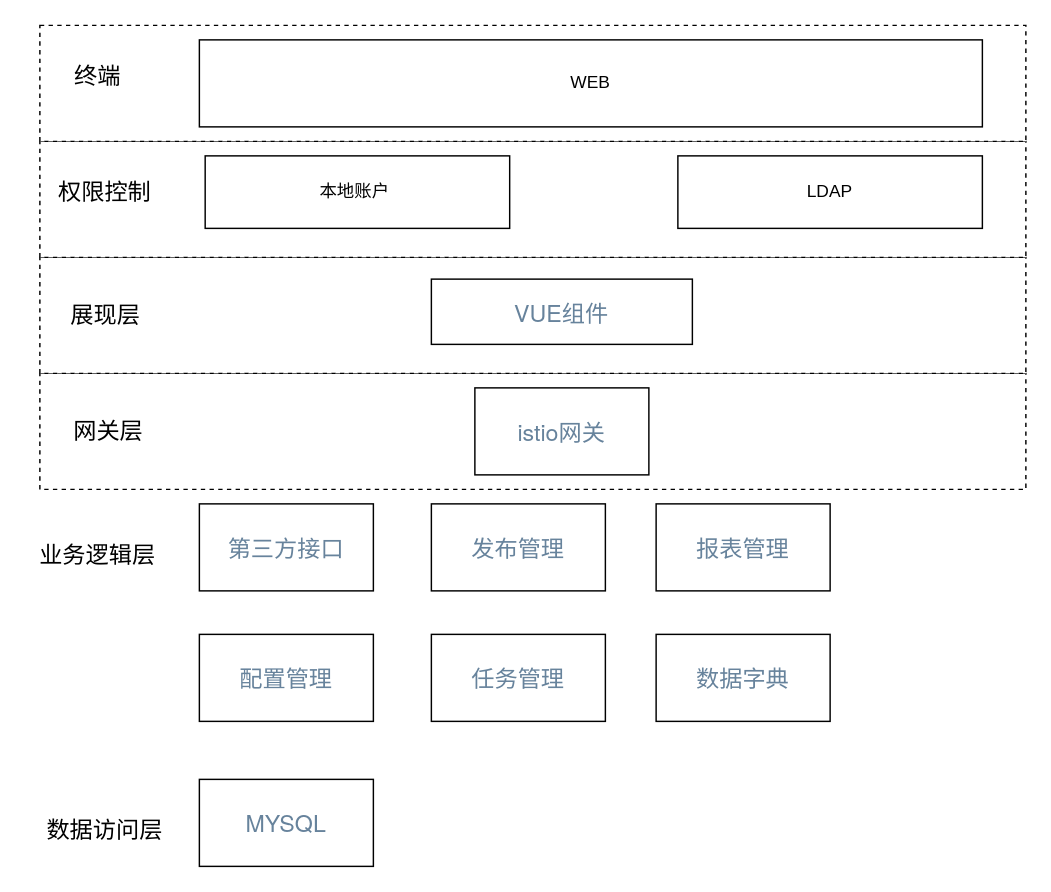
The draw.io diagram 统一监控.drawio in tengxiao/zabbix-report, before the edit. Source tidied: cells renumbered, new cells numbered last; positions are measured from the earlier drawing's top-left corner, leaving out a move shared by most shapes. Both pictures are drawn from the tidied source at 145%, with x=0, y=0 at pixel (25, 25).
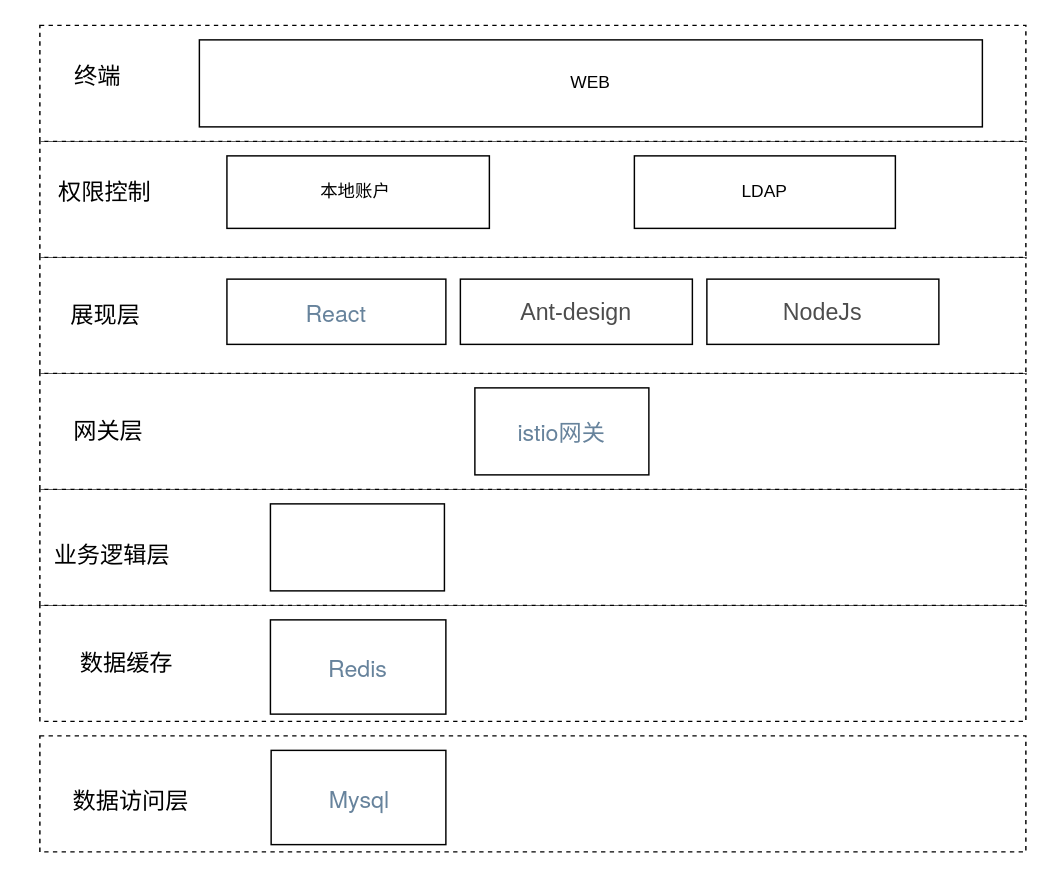
After the change.

Commit message (it also covers changes not shown here):
更新统一监控.drawio

Diff of the diagram source:
```diff
@@
+    <mxCell id="24" style="rounded=0;whiteSpace=wrap;html=1;dashed=1;" parent="1" vertex="1">
+      <mxGeometry x="10" y="400" width="680" height="80" as="geometry" />
+    </mxCell>
+    <mxCell id="25" style="rounded=0;whiteSpace=wrap;html=1;dashed=1;" parent="1" vertex="1">
+      <mxGeometry x="10" y="490" width="680" height="80" as="geometry" />
+    </mxCell>
+    <mxCell id="26" style="rounded=0;whiteSpace=wrap;html=1;dashed=1;" parent="1" vertex="1">
+      <mxGeometry x="10" y="320" width="680" height="80" as="geometry" />
+    </mxCell>
@@
-    <mxCell id="7" value="&lt;span style=&quot;color: rgb(103 , 131 , 156) ; font-family: &amp;#34;helvetica neue&amp;#34; , &amp;#34;helvetica&amp;#34; , &amp;#34;arial&amp;#34; , sans-serif ; font-size: 16px ; background-color: rgb(255 , 255 , 255)&quot;&gt;VUE组件&lt;/span&gt;" style="rounded=0;whiteSpace=wrap;html=1;" parent="1" vertex="1">
-      <mxGeometry x="280" y="175" width="180" height="45" as="geometry" />
+    <mxCell id="7" value="&lt;font color=&quot;#67839c&quot; face=&quot;helvetica neue, helvetica, arial, sans-serif&quot;&gt;&lt;span style=&quot;font-size: 16px&quot;&gt;React&lt;/span&gt;&lt;/font&gt;" style="rounded=0;whiteSpace=wrap;html=1;" parent="1" vertex="1">
+      <mxGeometry x="139" y="175" width="151" height="45" as="geometry" />
     </mxCell>
@@
     <mxCell id="10" value="本地账户&lt;span style=&quot;white-space: pre&quot;&gt; &lt;/span&gt;" style="rounded=0;whiteSpace=wrap;html=1;" parent="1" vertex="1">
-      <mxGeometry x="124" y="90" width="210" height="50" as="geometry" />
+      <mxGeometry x="139" y="90" width="181" height="50" as="geometry" />
     </mxCell>
     <mxCell id="11" value="LDAP" style="rounded=0;whiteSpace=wrap;html=1;" parent="1" vertex="1">
-      <mxGeometry x="450" y="90" width="210" height="50" as="geometry" />
+      <mxGeometry x="420" y="90" width="180" height="50" as="geometry" />
     </mxCell>
@@
     <mxCell id="13" value="&lt;font style=&quot;font-size: 16px&quot;&gt;业务逻辑层&lt;/font&gt;" style="text;html=1;strokeColor=none;fillColor=none;align=center;verticalAlign=middle;whiteSpace=wrap;rounded=0;" parent="1" vertex="1">
-      <mxGeometry y="340" width="100" height="50" as="geometry" />
+      <mxGeometry x="10" y="340" width="100" height="50" as="geometry" />
     </mxCell>
-    <mxCell id="14" value="&lt;span style=&quot;color: rgb(103 , 131 , 156) ; font-family: &amp;#34;helvetica neue&amp;#34; , &amp;#34;helvetica&amp;#34; , &amp;#34;arial&amp;#34; , sans-serif ; font-size: 16px ; background-color: rgb(255 , 255 , 255)&quot;&gt;第三方接口&lt;/span&gt;" style="rounded=0;whiteSpace=wrap;html=1;" parent="1" vertex="1">
-      <mxGeometry x="120" y="330" width="120" height="60" as="geometry" />
+    <mxCell id="14" style="rounded=0;whiteSpace=wrap;html=1;" parent="1" vertex="1">
+      <mxGeometry x="169" y="330" width="120" height="60" as="geometry" />
     </mxCell>
@@
-    <mxCell id="16" value="&lt;span style=&quot;color: rgb(103 , 131 , 156) ; font-family: &amp;#34;helvetica neue&amp;#34; , &amp;#34;helvetica&amp;#34; , &amp;#34;arial&amp;#34; , sans-serif ; font-size: 16px ; background-color: rgb(255 , 255 , 255)&quot;&gt;发布管理&lt;/span&gt;" style="rounded=0;whiteSpace=wrap;html=1;" parent="1" vertex="1">
-      <mxGeometry x="280" y="330" width="120" height="60" as="geometry" />
-    </mxCell>
-    <mxCell id="17" value="&lt;span style=&quot;color: rgb(103 , 131 , 156) ; font-family: &amp;#34;helvetica neue&amp;#34; , &amp;#34;helvetica&amp;#34; , &amp;#34;arial&amp;#34; , sans-serif ; font-size: 16px ; background-color: rgb(255 , 255 , 255)&quot;&gt;报表管理&lt;/span&gt;" style="rounded=0;whiteSpace=wrap;html=1;" parent="1" vertex="1">
-      <mxGeometry x="435" y="330" width="120" height="60" as="geometry" />
-    </mxCell>
-    <mxCell id="18" value="&lt;font color=&quot;#67839c&quot; face=&quot;helvetica neue, helvetica, arial, sans-serif&quot;&gt;&lt;span style=&quot;font-size: 16px ; background-color: rgb(255 , 255 , 255)&quot;&gt;任务管理&lt;/span&gt;&lt;/font&gt;" style="rounded=0;whiteSpace=wrap;html=1;" parent="1" vertex="1">
-      <mxGeometry x="280" y="420" width="120" height="60" as="geometry" />
-    </mxCell>
-    <mxCell id="19" value="&lt;font color=&quot;#67839c&quot; face=&quot;helvetica neue, helvetica, arial, sans-serif&quot;&gt;&lt;span style=&quot;font-size: 16px ; background-color: rgb(255 , 255 , 255)&quot;&gt;配置管理&lt;/span&gt;&lt;/font&gt;" style="rounded=0;whiteSpace=wrap;html=1;" parent="1" vertex="1">
-      <mxGeometry x="120" y="420" width="120" height="60" as="geometry" />
-    </mxCell>
     <mxCell id="20" value="&lt;font style=&quot;font-size: 16px&quot;&gt;数据访问层&lt;/font&gt;" style="text;html=1;strokeColor=none;fillColor=none;align=center;verticalAlign=middle;whiteSpace=wrap;rounded=0;" parent="1" vertex="1">
-      <mxGeometry x="5" y="530" width="100" height="50" as="geometry" />
+      <mxGeometry x="22.5" y="510" width="100" height="50" as="geometry" />
     </mxCell>
-    <mxCell id="21" value="&lt;font color=&quot;#67839c&quot; face=&quot;helvetica neue, helvetica, arial, sans-serif&quot;&gt;&lt;span style=&quot;font-size: 16px ; background-color: rgb(255 , 255 , 255)&quot;&gt;MYSQL&lt;/span&gt;&lt;/font&gt;" style="rounded=0;whiteSpace=wrap;html=1;" parent="1" vertex="1">
-      <mxGeometry x="120" y="520" width="120" height="60" as="geometry" />
+    <mxCell id="21" value="&lt;font color=&quot;#67839c&quot; face=&quot;helvetica neue, helvetica, arial, sans-serif&quot;&gt;&lt;span style=&quot;font-size: 16px ; background-color: rgb(255 , 255 , 255)&quot;&gt;Mysql&lt;/span&gt;&lt;/font&gt;" style="rounded=0;whiteSpace=wrap;html=1;" parent="1" vertex="1">
+      <mxGeometry x="169.5" y="500" width="120.5" height="65" as="geometry" />
     </mxCell>
-    <mxCell id="22" value="&lt;font color=&quot;#67839c&quot; face=&quot;helvetica neue, helvetica, arial, sans-serif&quot;&gt;&lt;span style=&quot;font-size: 16px ; background-color: rgb(255 , 255 , 255)&quot;&gt;数据字典&lt;br&gt;&lt;/span&gt;&lt;/font&gt;" style="rounded=0;whiteSpace=wrap;html=1;" parent="1" vertex="1">
-      <mxGeometry x="435" y="420" width="120" height="60" as="geometry" />
-    </mxCell>
@@
+    <mxCell id="27" value="&lt;span style=&quot;color: rgb(77 , 77 , 77) ; font-family: , &amp;#34;sf ui text&amp;#34; , &amp;#34;arial&amp;#34; , &amp;#34;pingfang sc&amp;#34; , &amp;#34;hiragino sans gb&amp;#34; , &amp;#34;microsoft yahei&amp;#34; , &amp;#34;wenquanyi micro hei&amp;#34; , sans-serif , &amp;#34;simhei&amp;#34; , &amp;#34;simsun&amp;#34; ; font-size: 16px ; background-color: rgb(255 , 255 , 255)&quot;&gt;Ant-design&lt;/span&gt;" style="rounded=0;whiteSpace=wrap;html=1;" parent="1" vertex="1">
+      <mxGeometry x="300" y="175" width="160" height="45" as="geometry" />
+    </mxCell>
+    <mxCell id="28" value="&lt;font color=&quot;#67839c&quot; face=&quot;helvetica neue, helvetica, arial, sans-serif&quot;&gt;&lt;span style=&quot;font-size: 16px ; background-color: rgb(255 , 255 , 255)&quot;&gt;Redis&lt;/span&gt;&lt;/font&gt;" style="rounded=0;whiteSpace=wrap;html=1;" parent="1" vertex="1">
+      <mxGeometry x="169" y="410" width="121" height="65" as="geometry" />
+    </mxCell>
+    <mxCell id="29" value="&lt;span style=&quot;font-size: 16px&quot;&gt;数据缓存&lt;/span&gt;" style="text;html=1;strokeColor=none;fillColor=none;align=center;verticalAlign=middle;whiteSpace=wrap;rounded=0;" parent="1" vertex="1">
+      <mxGeometry x="20" y="415" width="100" height="50" as="geometry" />
+    </mxCell>
+    <mxCell id="30" value="&lt;font color=&quot;#4d4d4d&quot;&gt;&lt;span style=&quot;font-size: 16px ; background-color: rgb(255 , 255 , 255)&quot;&gt;NodeJs&lt;/span&gt;&lt;/font&gt;" style="rounded=0;whiteSpace=wrap;html=1;" parent="1" vertex="1">
+      <mxGeometry x="470" y="175" width="160" height="45" as="geometry" />
+    </mxCell>
```
